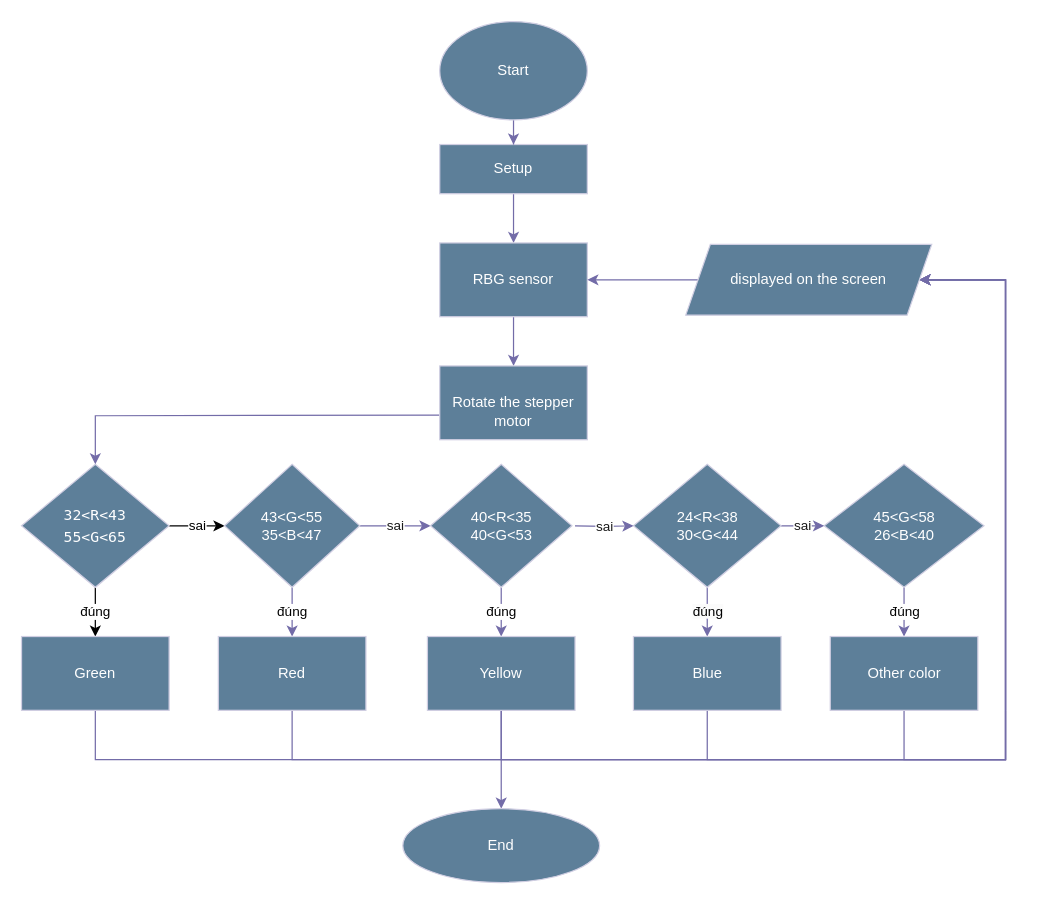
Earlier version of the draw.io diagram Untitled Diagram.drawio (ngoxuanphong/arduino_color_sorting). Source tidied: cells renumbered, new cells numbered last; positions are measured from the earlier drawing's top-left corner, leaving out a move shared by most shapes. Both pictures are drawn from the tidied source at 123%, with x=0, y=0 at pixel (21, 21).
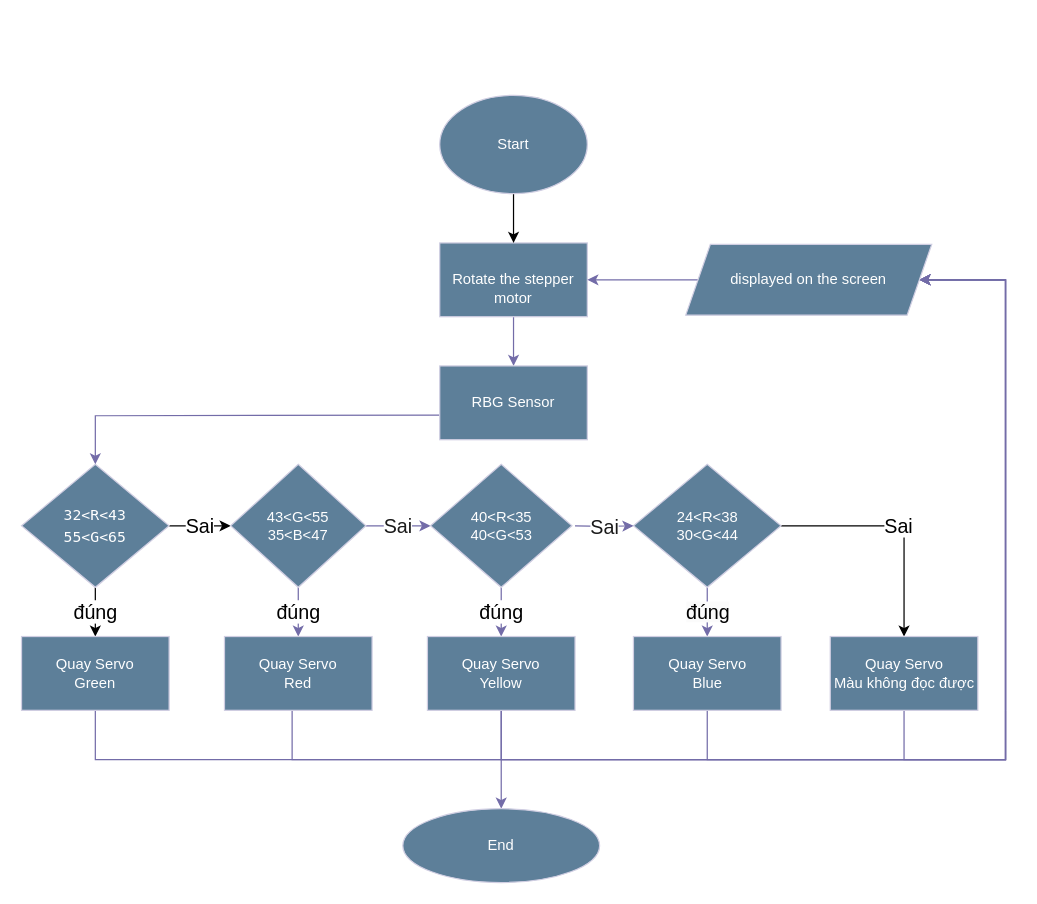
The same diagram, later.

The change refers to these unchanged cells:
```xml
<mxCell id="8" value="&lt;div style=&quot;font-family: Menlo, Monaco, &amp;quot;Courier New&amp;quot;, monospace; font-weight: normal; font-size: 12px; line-height: 18px;&quot;&gt;&lt;div style=&quot;font-size: 12px;&quot;&gt;32&amp;lt;R&amp;lt;43&lt;/div&gt;&lt;div style=&quot;font-size: 12px;&quot;&gt;55&amp;lt;G&amp;lt;65&lt;/div&gt;&lt;/div&gt;" style="rhombus;whiteSpace=wrap;html=1;rounded=0;fontSize=12;labelBackgroundColor=none;fontColor=#FFFFFF;fillColor=#5D7F99;strokeColor=#D0CEE2;" parent="1" vertex="1">
  <mxGeometry y="360" width="120" height="100" as="geometry" />
</mxCell>
<mxCell id="16" value="24&amp;lt;R&amp;lt;38&lt;br&gt;30&amp;lt;G&amp;lt;44" style="rhombus;whiteSpace=wrap;html=1;rounded=0;labelBackgroundColor=none;fillColor=#5D7F99;strokeColor=#D0CEE2;fontColor=#FFFFFF;" parent="1" vertex="1">
  <mxGeometry x="497.5" y="360" width="120" height="100" as="geometry" />
</mxCell>
<mxCell id="19" value="40&amp;lt;R&amp;lt;35&lt;br&gt;40&amp;lt;G&amp;lt;53" style="rhombus;whiteSpace=wrap;html=1;rounded=0;labelBackgroundColor=none;fillColor=#5D7F99;strokeColor=#D0CEE2;fontColor=#FFFFFF;" parent="1" vertex="1">
  <mxGeometry x="332.5" y="360" width="115" height="100" as="geometry" />
</mxCell>
```

The edit, as a diff of the source:
```diff
@@
-    <mxCell id="2" style="edgeStyle=orthogonalEdgeStyle;rounded=0;jettySize=auto;html=1;strokeColor=#736CA8;fontColor=#1A1A1A;" parent="1" edge="1" source="3" target="5">
-      <mxGeometry relative="1" as="geometry" />
-    </mxCell>
-    <mxCell id="3" value="Setup" style="rounded=0;whiteSpace=wrap;html=1;fontSize=12;glass=0;strokeWidth=1;shadow=0;labelBackgroundColor=none;fillColor=#5D7F99;strokeColor=#D0CEE2;fontColor=#FFFFFF;" parent="1" vertex="1">
-      <mxGeometry x="340" y="100" width="120" height="40" as="geometry" />
-    </mxCell>
@@
-    <mxCell id="5" value="RBG sensor" style="rounded=0;whiteSpace=wrap;html=1;labelBackgroundColor=none;fillColor=#5D7F99;strokeColor=#D0CEE2;fontColor=#FFFFFF;" parent="1" vertex="1">
+    <mxCell id="5" value="&lt;br style=&quot;border-color: var(--border-color);&quot;&gt;Rotate the stepper motor" style="rounded=0;whiteSpace=wrap;html=1;labelBackgroundColor=none;fillColor=#5D7F99;strokeColor=#D0CEE2;fontColor=#FFFFFF;" parent="1" vertex="1">
       <mxGeometry x="340" y="180" width="120" height="60" as="geometry" />
     </mxCell>
-    <mxCell id="6" value="sai" style="edgeStyle=orthogonalEdgeStyle;jettySize=auto;html=1;" parent="1" edge="1" source="8" target="11">
+    <mxCell id="6" value="Sai" style="edgeStyle=orthogonalEdgeStyle;jettySize=auto;html=1;fontSize=16;" parent="1" edge="1" source="8" target="11">
       <mxGeometry relative="1" as="geometry" />
     </mxCell>
-    <mxCell id="7" value="đúng" style="edgeStyle=orthogonalEdgeStyle;jettySize=auto;html=1;" parent="1" edge="1" source="8" target="21">
+    <mxCell id="7" value="đúng" style="edgeStyle=orthogonalEdgeStyle;jettySize=auto;html=1;fontSize=16;" parent="1" edge="1" source="8" target="21">
       <mxGeometry relative="1" as="geometry" />
     </mxCell>
@@
-    <mxCell id="9" value="đúng" style="edgeStyle=orthogonalEdgeStyle;rounded=0;jettySize=auto;html=1;labelBackgroundColor=default;strokeColor=#736CA8;fontColor=#000000;" parent="1" edge="1" source="11" target="23">
+    <mxCell id="9" value="đúng" style="edgeStyle=orthogonalEdgeStyle;rounded=0;jettySize=auto;html=1;labelBackgroundColor=default;strokeColor=#736CA8;fontColor=#000000;fontSize=16;" parent="1" edge="1" source="11" target="23">
       <mxGeometry relative="1" as="geometry" />
     </mxCell>
-    <mxCell id="10" value="sai" style="edgeStyle=orthogonalEdgeStyle;rounded=0;jettySize=auto;html=1;strokeColor=#736CA8;fontColor=#1A1A1A;" parent="1" edge="1" source="11" target="19">
+    <mxCell id="10" value="Sai" style="edgeStyle=orthogonalEdgeStyle;rounded=0;jettySize=auto;html=1;strokeColor=#736CA8;fontColor=#1A1A1A;fontSize=16;" parent="1" edge="1" source="11" target="19">
       <mxGeometry relative="1" as="geometry" />
     </mxCell>
     <mxCell id="11" value="43&amp;lt;G&amp;lt;55&lt;br&gt;35&amp;lt;B&amp;lt;47" style="rhombus;whiteSpace=wrap;html=1;rounded=0;labelBackgroundColor=none;fillColor=#5D7F99;strokeColor=#D0CEE2;fontColor=#FFFFFF;" parent="1" vertex="1">
-      <mxGeometry x="165" y="360" width="110" height="100" as="geometry" />
+      <mxGeometry x="170" y="360" width="110" height="100" as="geometry" />
     </mxCell>
-    <mxCell id="12" value="&lt;font color=&quot;#000000&quot;&gt;đúng&lt;br&gt;&lt;/font&gt;" style="edgeStyle=orthogonalEdgeStyle;rounded=0;jettySize=auto;html=1;labelBackgroundColor=default;strokeColor=#736CA8;fontColor=#FFFFFF;" parent="1" edge="1" source="13" target="30">
-      <mxGeometry relative="1" as="geometry" />
-    </mxCell>
-    <mxCell id="13" value="45&amp;lt;G&amp;lt;58&lt;br&gt;26&amp;lt;B&amp;lt;40" style="rhombus;whiteSpace=wrap;html=1;rounded=0;labelBackgroundColor=none;fillColor=#5D7F99;strokeColor=#D0CEE2;fontColor=#FFFFFF;" parent="1" vertex="1">
-      <mxGeometry x="652.5" y="360" width="130" height="100" as="geometry" />
-    </mxCell>
-    <mxCell id="14" value="&lt;span style=&quot;color: rgb(0, 0, 0); font-family: Helvetica; font-size: 11px; font-style: normal; font-variant-ligatures: normal; font-variant-caps: normal; font-weight: 400; letter-spacing: normal; orphans: 2; text-align: center; text-indent: 0px; text-transform: none; widows: 2; word-spacing: 0px; -webkit-text-stroke-width: 0px; background-color: rgb(251, 251, 251); text-decoration-thickness: initial; text-decoration-style: initial; text-decoration-color: initial; float: none; display: inline !important;&quot;&gt;đúng&lt;/span&gt;" style="edgeStyle=orthogonalEdgeStyle;rounded=0;jettySize=auto;html=1;labelBackgroundColor=none;strokeColor=#736CA8;fontColor=#FFFFFF;" parent="1" edge="1" source="16" target="28">
+    <mxCell id="14" value="&lt;span style=&quot;color: rgb(0, 0, 0); font-family: Helvetica; font-size: 16px; font-style: normal; font-variant-ligatures: normal; font-variant-caps: normal; font-weight: 400; letter-spacing: normal; orphans: 2; text-align: center; text-indent: 0px; text-transform: none; widows: 2; word-spacing: 0px; -webkit-text-stroke-width: 0px; background-color: rgb(251, 251, 251); text-decoration-thickness: initial; text-decoration-style: initial; text-decoration-color: initial; float: none; display: inline !important;&quot;&gt;đúng&lt;/span&gt;" style="edgeStyle=orthogonalEdgeStyle;rounded=0;jettySize=auto;html=1;labelBackgroundColor=none;strokeColor=#736CA8;fontColor=#FFFFFF;fontSize=16;" parent="1" edge="1" source="16" target="28">
       <mxGeometry relative="1" as="geometry" />
     </mxCell>
-    <mxCell id="15" value="sai" style="edgeStyle=orthogonalEdgeStyle;rounded=0;jettySize=auto;html=1;strokeColor=#736CA8;fontColor=#1A1A1A;" parent="1" edge="1" source="16" target="13">
-      <mxGeometry relative="1" as="geometry" />
-    </mxCell>
+    <mxCell id="38" value="Sai" style="edgeStyle=orthogonalEdgeStyle;rounded=0;jettySize=auto;html=1;entryX=0.5;entryY=0;entryDx=0;entryDy=0;fontSize=16;" parent="1" edge="1" source="16" target="30">
+      <mxGeometry relative="1" as="geometry" />
+    </mxCell>
@@
-    <mxCell id="17" value="đúng" style="edgeStyle=orthogonalEdgeStyle;rounded=0;jettySize=auto;html=1;labelBackgroundColor=default;strokeColor=#736CA8;fontColor=default;exitX=0.5;exitY=1;exitDx=0;exitDy=0;" parent="1" edge="1" source="19" target="26">
+    <mxCell id="17" value="đúng" style="edgeStyle=orthogonalEdgeStyle;rounded=0;jettySize=auto;html=1;labelBackgroundColor=default;strokeColor=#736CA8;fontColor=default;exitX=0.5;exitY=1;exitDx=0;exitDy=0;fontSize=16;" parent="1" edge="1" source="19" target="26">
       <mxGeometry relative="1" as="geometry" />
     </mxCell>
-    <mxCell id="18" value="sai" style="edgeStyle=orthogonalEdgeStyle;rounded=0;jettySize=auto;html=1;strokeColor=#736CA8;fontColor=#1A1A1A;" parent="1" edge="1" target="16">
+    <mxCell id="18" value="Sai" style="edgeStyle=orthogonalEdgeStyle;rounded=0;jettySize=auto;html=1;strokeColor=#736CA8;fontColor=#1A1A1A;fontSize=16;" parent="1" edge="1" target="16">
       <mxGeometry relative="1" as="geometry">
         <mxPoint x="450" y="410" as="sourcePoint" />
       </mxGeometry>
     </mxCell>
@@
-    <mxCell id="21" value="Green" style="whiteSpace=wrap;html=1;rounded=0;labelBackgroundColor=none;fillColor=#5D7F99;strokeColor=#D0CEE2;fontColor=#FFFFFF;" parent="1" vertex="1">
+    <mxCell id="21" value="Quay Servo&lt;br style=&quot;border-color: var(--border-color);&quot;&gt;Green" style="whiteSpace=wrap;html=1;rounded=0;labelBackgroundColor=none;fillColor=#5D7F99;strokeColor=#D0CEE2;fontColor=#FFFFFF;" parent="1" vertex="1">
       <mxGeometry y="500" width="120" height="60" as="geometry" />
     </mxCell>
@@
-    <mxCell id="23" value="&lt;span style=&quot;font-family: Helvetica; font-size: 12px; font-style: normal; font-variant-ligatures: normal; font-variant-caps: normal; font-weight: 400; letter-spacing: normal; orphans: 2; text-align: center; text-indent: 0px; text-transform: none; widows: 2; word-spacing: 0px; -webkit-text-stroke-width: 0px; text-decoration-thickness: initial; text-decoration-style: initial; text-decoration-color: initial; float: none; display: inline !important;&quot;&gt;Red&lt;br&gt;&lt;/span&gt;" style="whiteSpace=wrap;html=1;rounded=0;labelBackgroundColor=none;fillColor=#5D7F99;strokeColor=#D0CEE2;fontColor=#FFFFFF;" parent="1" vertex="1">
-      <mxGeometry x="160" y="500" width="120" height="60" as="geometry" />
+    <mxCell id="23" value="&lt;span style=&quot;font-family: Helvetica; font-size: 12px; font-style: normal; font-variant-ligatures: normal; font-variant-caps: normal; font-weight: 400; letter-spacing: normal; orphans: 2; text-align: center; text-indent: 0px; text-transform: none; widows: 2; word-spacing: 0px; -webkit-text-stroke-width: 0px; text-decoration-thickness: initial; text-decoration-style: initial; text-decoration-color: initial; float: none; display: inline !important;&quot;&gt;Quay Servo&lt;br&gt;Red&lt;br&gt;&lt;/span&gt;" style="whiteSpace=wrap;html=1;rounded=0;labelBackgroundColor=none;fillColor=#5D7F99;strokeColor=#D0CEE2;fontColor=#FFFFFF;" parent="1" vertex="1">
+      <mxGeometry x="165" y="500" width="120" height="60" as="geometry" />
     </mxCell>
@@
-    <mxCell id="26" value="&lt;span style=&quot;font-family: Helvetica; font-size: 12px; font-style: normal; font-variant-ligatures: normal; font-variant-caps: normal; font-weight: 400; letter-spacing: normal; orphans: 2; text-align: center; text-indent: 0px; text-transform: none; widows: 2; word-spacing: 0px; -webkit-text-stroke-width: 0px; text-decoration-thickness: initial; text-decoration-style: initial; text-decoration-color: initial; float: none; display: inline !important;&quot;&gt;Yellow&lt;br&gt;&lt;/span&gt;" style="whiteSpace=wrap;html=1;rounded=0;labelBackgroundColor=none;fillColor=#5D7F99;strokeColor=#D0CEE2;fontColor=#FFFFFF;" parent="1" vertex="1">
+    <mxCell id="26" value="&lt;span style=&quot;font-family: Helvetica; font-size: 12px; font-style: normal; font-variant-ligatures: normal; font-variant-caps: normal; font-weight: 400; letter-spacing: normal; orphans: 2; text-align: center; text-indent: 0px; text-transform: none; widows: 2; word-spacing: 0px; -webkit-text-stroke-width: 0px; text-decoration-thickness: initial; text-decoration-style: initial; text-decoration-color: initial; float: none; display: inline !important;&quot;&gt;Quay Servo&lt;br style=&quot;border-color: var(--border-color);&quot;&gt;Yellow&lt;br&gt;&lt;/span&gt;" style="whiteSpace=wrap;html=1;rounded=0;labelBackgroundColor=none;fillColor=#5D7F99;strokeColor=#D0CEE2;fontColor=#FFFFFF;" parent="1" vertex="1">
       <mxGeometry x="330" y="500" width="120" height="60" as="geometry" />
     </mxCell>
@@
-    <mxCell id="28" value="&lt;span style=&quot;font-family: Helvetica; font-size: 12px; font-style: normal; font-variant-ligatures: normal; font-variant-caps: normal; font-weight: 400; letter-spacing: normal; orphans: 2; text-align: center; text-indent: 0px; text-transform: none; widows: 2; word-spacing: 0px; -webkit-text-stroke-width: 0px; text-decoration-thickness: initial; text-decoration-style: initial; text-decoration-color: initial; float: none; display: inline !important;&quot;&gt;Blue&lt;br&gt;&lt;/span&gt;" style="whiteSpace=wrap;html=1;rounded=0;labelBackgroundColor=none;fillColor=#5D7F99;strokeColor=#D0CEE2;fontColor=#FFFFFF;" parent="1" vertex="1">
+    <mxCell id="28" value="&lt;span style=&quot;font-family: Helvetica; font-size: 12px; font-style: normal; font-variant-ligatures: normal; font-variant-caps: normal; font-weight: 400; letter-spacing: normal; orphans: 2; text-align: center; text-indent: 0px; text-transform: none; widows: 2; word-spacing: 0px; -webkit-text-stroke-width: 0px; text-decoration-thickness: initial; text-decoration-style: initial; text-decoration-color: initial; float: none; display: inline !important;&quot;&gt;Quay Servo&lt;br style=&quot;border-color: var(--border-color);&quot;&gt;Blue&lt;br&gt;&lt;/span&gt;" style="whiteSpace=wrap;html=1;rounded=0;labelBackgroundColor=none;fillColor=#5D7F99;strokeColor=#D0CEE2;fontColor=#FFFFFF;" parent="1" vertex="1">
       <mxGeometry x="497.5" y="500" width="120" height="60" as="geometry" />
     </mxCell>
@@
-    <mxCell id="30" value="&lt;span style=&quot;font-family: Helvetica; font-size: 12px; font-style: normal; font-variant-ligatures: normal; font-variant-caps: normal; font-weight: 400; letter-spacing: normal; orphans: 2; text-align: center; text-indent: 0px; text-transform: none; widows: 2; word-spacing: 0px; -webkit-text-stroke-width: 0px; text-decoration-thickness: initial; text-decoration-style: initial; text-decoration-color: initial; float: none; display: inline !important;&quot;&gt;Other color&lt;br&gt;&lt;/span&gt;" style="whiteSpace=wrap;html=1;rounded=0;labelBackgroundColor=none;fillColor=#5D7F99;strokeColor=#D0CEE2;fontColor=#FFFFFF;" parent="1" vertex="1">
+    <mxCell id="30" value="&lt;span style=&quot;font-family: Helvetica; font-size: 12px; font-style: normal; font-variant-ligatures: normal; font-variant-caps: normal; font-weight: 400; letter-spacing: normal; orphans: 2; text-align: center; text-indent: 0px; text-transform: none; widows: 2; word-spacing: 0px; -webkit-text-stroke-width: 0px; text-decoration-thickness: initial; text-decoration-style: initial; text-decoration-color: initial; float: none; display: inline !important;&quot;&gt;Quay Servo&lt;br style=&quot;border-color: var(--border-color);&quot;&gt;Màu không đọc được&lt;br&gt;&lt;/span&gt;" style="whiteSpace=wrap;html=1;rounded=0;labelBackgroundColor=none;fillColor=#5D7F99;strokeColor=#D0CEE2;fontColor=#FFFFFF;" parent="1" vertex="1">
       <mxGeometry x="657.5" y="500" width="120" height="60" as="geometry" />
     </mxCell>
@@
-    <mxCell id="34" style="edgeStyle=orthogonalEdgeStyle;rounded=0;jettySize=auto;html=1;strokeColor=#736CA8;fontColor=#FFFFFF;" parent="1" edge="1" source="35" target="3">
-      <mxGeometry relative="1" as="geometry" />
-    </mxCell>
+    <mxCell id="39" style="edgeStyle=orthogonalEdgeStyle;rounded=0;jettySize=auto;html=1;" parent="1" edge="1" source="35" target="5">
+      <mxGeometry relative="1" as="geometry" />
+    </mxCell>
     <mxCell id="35" value="Start" style="ellipse;whiteSpace=wrap;html=1;strokeColor=#D0CEE2;fontColor=#FFFFFF;fillColor=#5D7F99;rounded=0;" parent="1" vertex="1">
-      <mxGeometry x="340" width="120" height="80" as="geometry" />
+      <mxGeometry x="340" y="60" width="120" height="80" as="geometry" />
     </mxCell>
@@
-    <mxCell id="37" value="&lt;br&gt;Rotate the stepper motor" style="rounded=0;whiteSpace=wrap;html=1;labelBackgroundColor=none;fillColor=#5D7F99;strokeColor=#D0CEE2;fontColor=#FFFFFF;" parent="1" vertex="1">
+    <mxCell id="37" value="RBG Sensor" style="rounded=0;whiteSpace=wrap;html=1;labelBackgroundColor=none;fillColor=#5D7F99;strokeColor=#D0CEE2;fontColor=#FFFFFF;" parent="1" vertex="1">
       <mxGeometry x="340" y="280" width="120" height="60" as="geometry" />
     </mxCell>
```
